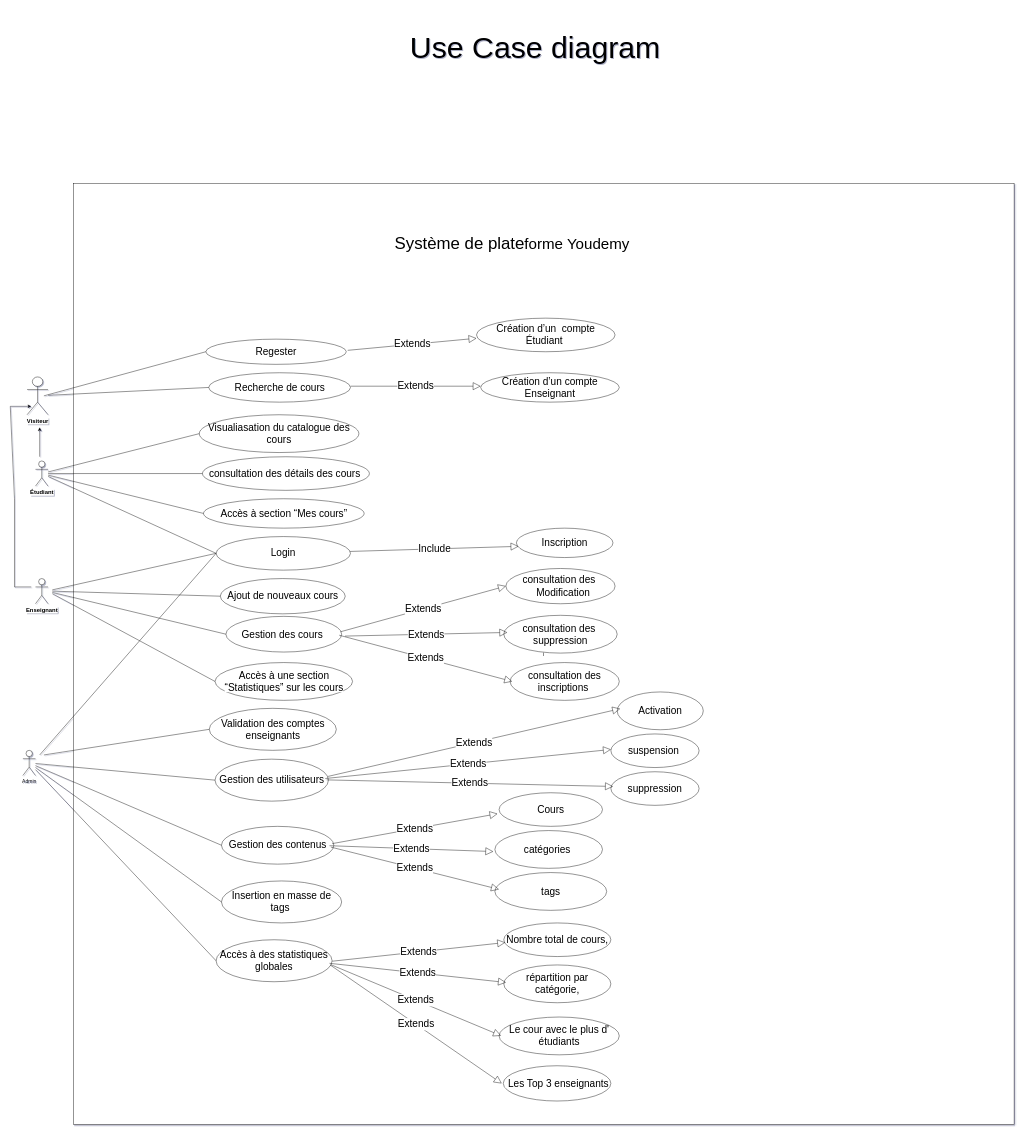
Above: page "Page-1" (1 of 2) of Conception UML Use Case Diagram.drawio in hamza-saaf/Youdemy_Brief_11 (draw.io), before the change. Source tidied: cells renumbered, new cells numbered last; positions are measured from the earlier drawing's top-left corner, leaving out a move shared by most shapes. Both pictures are drawn from the tidied source at 42%, with x=0, y=0 at pixel (10, 7).
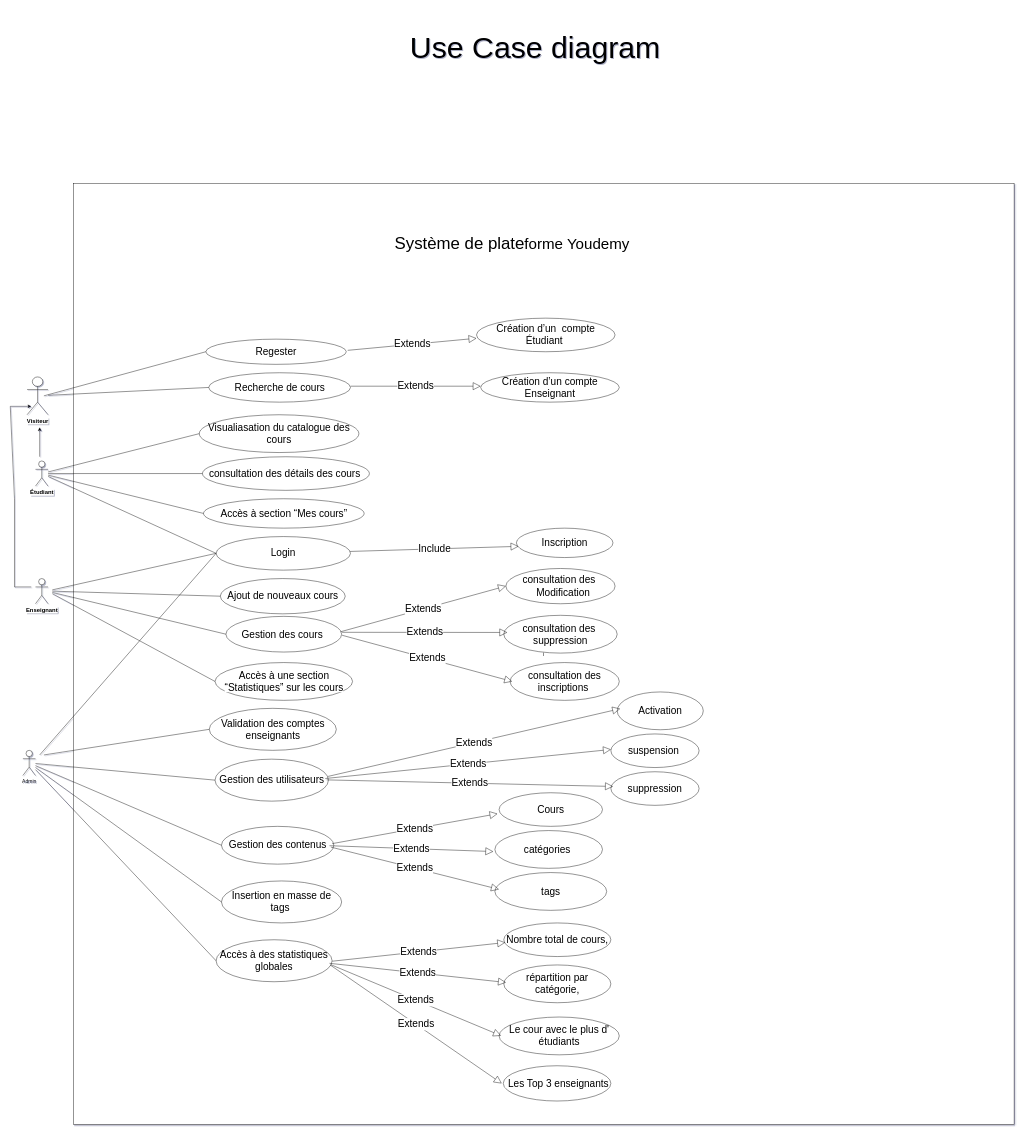
After the change.

The change refers to these unchanged cells:
```xml
<mxCell id="24" value="&lt;span style=&quot;color: rgb(0, 0, 0); font-family: &amp;quot;Nunito Sans&amp;quot;, sans-serif; text-align: left; background-color: rgb(255, 255, 255);&quot;&gt;&lt;font style=&quot;font-size: 24px;&quot;&gt;Gestion des cours&amp;nbsp;&lt;/font&gt;&lt;/span&gt;" style="ellipse;whiteSpace=wrap;html=1;" parent="1" vertex="1">
  <mxGeometry x="513.4" y="1450" width="275.6" height="85" as="geometry" />
</mxCell>
<mxCell id="41" value="&lt;span style=&quot;color: rgb(0, 0, 0); font-family: &amp;quot;Nunito Sans&amp;quot;, sans-serif; text-align: left; background-color: rgb(255, 255, 255);&quot;&gt;&lt;font style=&quot;font-size: 24px;&quot;&gt;&lt;span style=&quot;color: rgb(0, 0, 0); background-color: rgb(255, 255, 255);&quot;&gt;consultation&amp;nbsp;&lt;/span&gt;&lt;span style=&quot;color: rgb(0, 0, 0); background-color: rgb(255, 255, 255);&quot;&gt;des&amp;nbsp; &amp;nbsp;&lt;/span&gt;suppression&amp;nbsp;&lt;/font&gt;&lt;/span&gt;" style="ellipse;whiteSpace=wrap;html=1;" parent="1" vertex="1">
  <mxGeometry x="1175" y="1447.5" width="270" height="90" as="geometry" />
</mxCell>
<mxCell id="42" value="&lt;span style=&quot;color: rgb(0, 0, 0); font-family: &amp;quot;Nunito Sans&amp;quot;, sans-serif; text-align: left; background-color: rgb(255, 255, 255);&quot;&gt;&lt;font style=&quot;font-size: 24px;&quot;&gt;consultation des inscriptions&amp;nbsp;&lt;/font&gt;&lt;/span&gt;" style="ellipse;whiteSpace=wrap;html=1;" parent="1" vertex="1">
  <mxGeometry x="1190" y="1560" width="260" height="90" as="geometry" />
</mxCell>
```

What changed in the source:
```diff
@@
-    <mxCell id="61" value="&lt;font style=&quot;font-size: 24px;&quot;&gt;Extends&lt;/font&gt;" style="endArrow=block;endSize=16;endFill=0;html=1;rounded=0;exitX=0.991;exitY=0.431;exitDx=0;exitDy=0;exitPerimeter=0;entryX=0.031;entryY=0.454;entryDx=0;entryDy=0;entryPerimeter=0;" parent="1" edge="1" target="41">
+    <mxCell id="61" value="&lt;font style=&quot;font-size: 24px;&quot;&gt;Extends&lt;/font&gt;" style="endArrow=block;endSize=16;endFill=0;html=1;rounded=0;entryX=0.031;entryY=0.454;entryDx=0;entryDy=0;entryPerimeter=0;" parent="1" edge="1" target="41">
       <mxGeometry relative="1" as="geometry">
-        <mxPoint x="797" y="1497" as="sourcePoint" />
+        <mxPoint x="790" y="1488" as="sourcePoint" />
       </mxGeometry>
     </mxCell>
-    <mxCell id="62" value="&lt;font style=&quot;font-size: 24px;&quot;&gt;Extends&lt;/font&gt;" style="endArrow=block;endSize=16;endFill=0;html=1;rounded=0;exitX=0.979;exitY=0.529;exitDx=0;exitDy=0;exitPerimeter=0;entryX=0.019;entryY=0.5;entryDx=0;entryDy=0;entryPerimeter=0;" parent="1" edge="1" source="24" target="42">
-      <mxGeometry relative="1" as="geometry" />
+    <mxCell id="62" value="&lt;font style=&quot;font-size: 24px;&quot;&gt;Extends&lt;/font&gt;" style="endArrow=block;endSize=16;endFill=0;html=1;rounded=0;entryX=0.019;entryY=0.5;entryDx=0;entryDy=0;entryPerimeter=0;" parent="1" edge="1" target="42">
+      <mxGeometry relative="1" as="geometry">
+        <mxPoint x="790" y="1495" as="sourcePoint" />
+      </mxGeometry>
     </mxCell>
```
